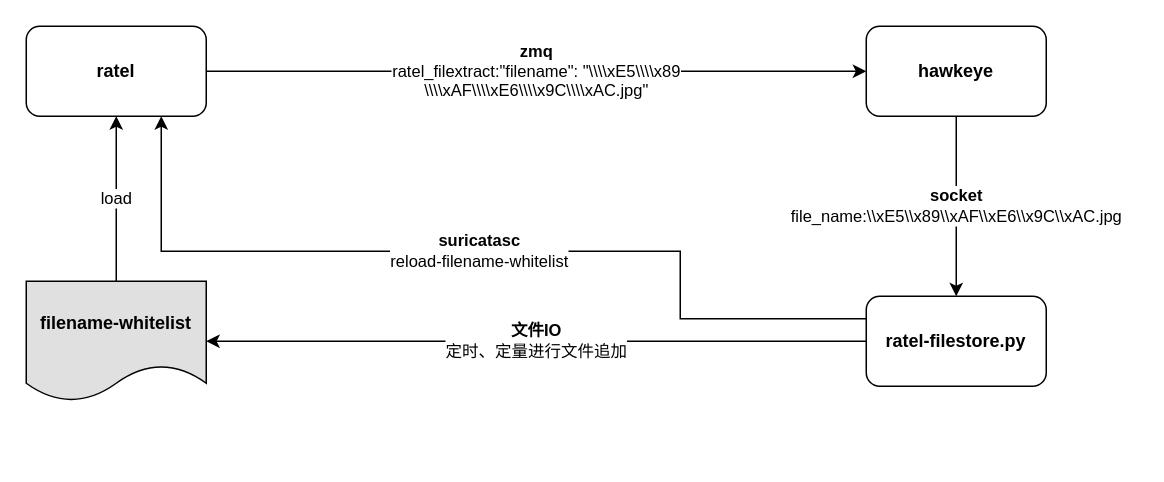
Before: 文件名白名单.drawio in HelloError92/draw.io-files, a draw.io diagram. Source tidied: cells renumbered, new cells numbered last; positions are measured from the earlier drawing's top-left corner, leaving out a move shared by most shapes. Both pictures are drawn from the tidied source at 150%, with x=0, y=0 at pixel (26, 26).
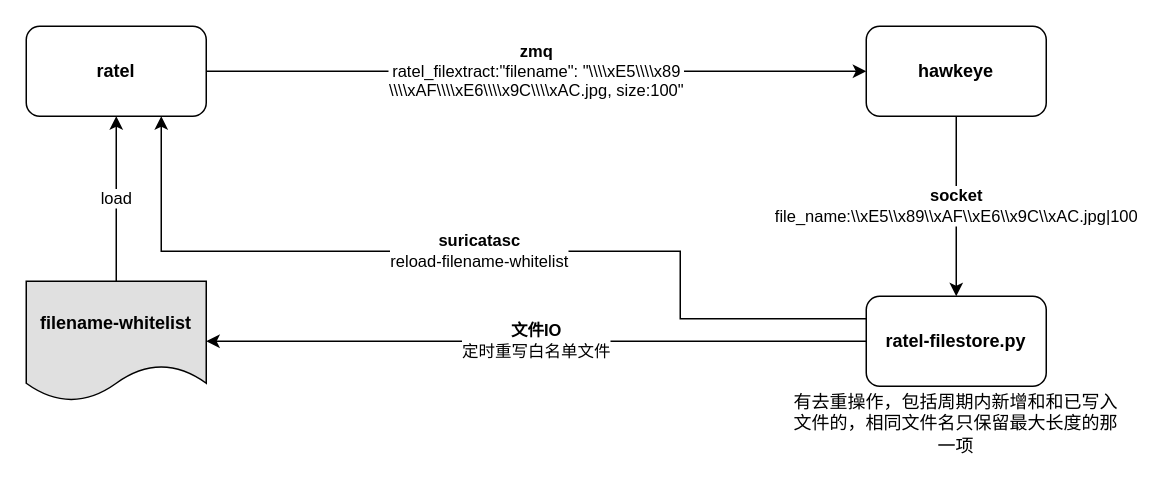
After the change.

Commit message:
更新文件名白名单.drawio

What changed in the source:
```diff
@@
 <mxGraphModel background="#ffffff">
   <root>
     <mxCell id="0" />
     <mxCell id="1" parent="0" />
     <mxCell id="2" value="load" style="edgeStyle=orthogonalEdgeStyle;rounded=0;jettySize=auto;html=1;entryX=0.5;entryY=1;entryDx=0;entryDy=0;" parent="1" edge="1" source="3" target="5">
       <mxGeometry relative="1" as="geometry" />
     </mxCell>
     <mxCell id="3" value="filename-whitelist" style="shape=document;whiteSpace=wrap;html=1;boundedLbl=1;fillColor=#E0E0E0;fontStyle=1;" parent="1" vertex="1">
       <mxGeometry y="170" width="120" height="80" as="geometry" />
     </mxCell>
-    <mxCell id="4" value="&lt;b&gt;zmq&lt;/b&gt;&lt;br&gt;&lt;span style=&quot;font-size: 11px&quot;&gt;ratel_filextract:&lt;/span&gt;&lt;span style=&quot;font-size: 11px&quot;&gt;&quot;filename&quot;: &quot;\\\\xE5\\\\x89&lt;br&gt;\\\\xAF\\\\xE6\\\\x9C\\\\xAC.jpg&quot;&lt;/span&gt;" style="edgeStyle=orthogonalEdgeStyle;rounded=0;jettySize=auto;html=1;entryX=0;entryY=0.5;entryDx=0;entryDy=0;" parent="1" edge="1" source="5" target="7">
+    <mxCell id="4" value="&lt;b&gt;zmq&lt;/b&gt;&lt;br&gt;&lt;span style=&quot;font-size: 11px&quot;&gt;ratel_filextract:&lt;/span&gt;&lt;span style=&quot;font-size: 11px&quot;&gt;&quot;filename&quot;: &quot;\\\\xE5\\\\x89&lt;br&gt;\\\\xAF\\\\xE6\\\\x9C\\\\xAC.jpg, size:100&quot;&lt;/span&gt;" style="edgeStyle=orthogonalEdgeStyle;rounded=0;jettySize=auto;html=1;entryX=0;entryY=0.5;entryDx=0;entryDy=0;" parent="1" edge="1" source="5" target="7">
       <mxGeometry relative="1" as="geometry" />
     </mxCell>
     <mxCell id="5" value="ratel" style="rounded=1;whiteSpace=wrap;html=1;fontStyle=1;" parent="1" vertex="1">
       <mxGeometry width="120" height="60" as="geometry" />
     </mxCell>
-    <mxCell id="6" value="&lt;b&gt;socket&lt;/b&gt;&lt;br&gt;file_name:\\xE5\\x89\\xAF\\xE6\\x9C\\xAC.jpg" style="edgeStyle=orthogonalEdgeStyle;rounded=0;jettySize=auto;html=1;" parent="1" edge="1" source="7" target="9">
+    <mxCell id="6" value="&lt;b&gt;socket&lt;/b&gt;&lt;br&gt;file_name:\\xE5\\x89\\xAF\\xE6\\x9C\\xAC.jpg|100" style="edgeStyle=orthogonalEdgeStyle;rounded=0;jettySize=auto;html=1;" parent="1" edge="1" source="7" target="9">
       <mxGeometry relative="1" as="geometry" />
     </mxCell>
     <mxCell id="7" value="hawkeye" style="rounded=1;whiteSpace=wrap;html=1;fontStyle=1;" parent="1" vertex="1">
       <mxGeometry x="560" width="120" height="60" as="geometry" />
     </mxCell>
-    <mxCell id="8" value="&lt;b&gt;文件IO&lt;/b&gt;&lt;br&gt;定时、定量进行文件追加" style="edgeStyle=orthogonalEdgeStyle;rounded=0;jettySize=auto;html=1;" parent="1" edge="1" source="9" target="3">
+    <mxCell id="8" value="&lt;b&gt;文件IO&lt;/b&gt;&lt;br&gt;定时重写白名单文件" style="edgeStyle=orthogonalEdgeStyle;rounded=0;jettySize=auto;html=1;" parent="1" edge="1" source="9" target="3">
       <mxGeometry relative="1" as="geometry" />
     </mxCell>
     <mxCell id="9" value="ratel-filestore.py" style="rounded=1;whiteSpace=wrap;html=1;fontStyle=1;" parent="1" vertex="1">
       <mxGeometry x="560" y="180" width="120" height="60" as="geometry" />
     </mxCell>
     <mxCell id="10" value="&lt;b&gt;suricatasc&lt;/b&gt;&lt;br&gt;reload-filename-whitelist" style="endArrow=classic;html=1;rounded=0;exitX=0;exitY=0.25;exitDx=0;exitDy=0;entryX=0.75;entryY=1;entryDx=0;entryDy=0;edgeStyle=orthogonalEdgeStyle;" parent="1" edge="1" source="9" target="5">
       <mxGeometry relative="1" as="geometry">
         <Array as="points">
           <mxPoint x="436" y="195" />
           <mxPoint x="436" y="150" />
           <mxPoint x="90" y="150" />
         </Array>
       </mxGeometry>
     </mxCell>
+    <mxCell id="11" value="有去重操作，包括周期内新增和和已写入文件的，相同文件名只保留最大长度的那一项" style="text;html=1;strokeColor=none;fillColor=none;align=center;verticalAlign=middle;whiteSpace=wrap;rounded=0;" parent="1" vertex="1">
+      <mxGeometry x="510" y="250" width="220" height="30" as="geometry" />
+    </mxCell>
   </root>
 </mxGraphModel>
```
